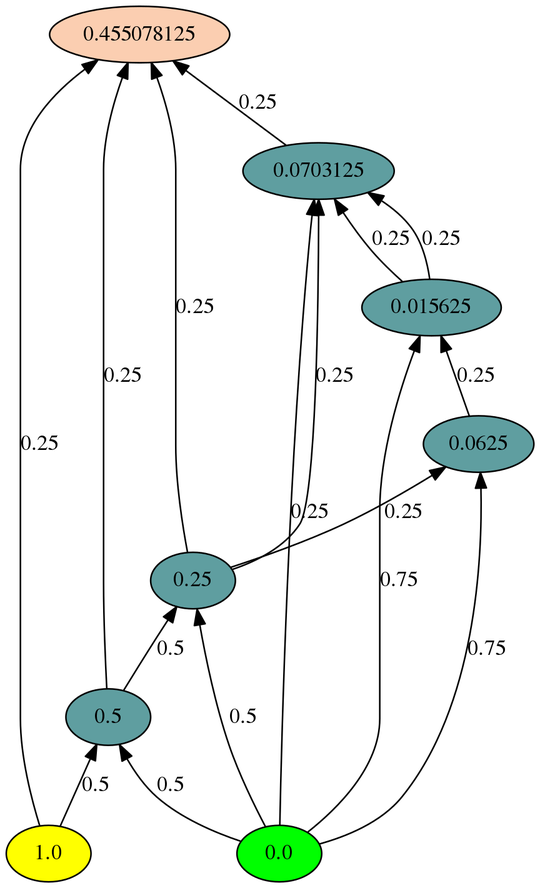
Above: GuiTool/image/Vospa/VospaDot.png in iitramar/guiTool (Graphviz), before the change. Its source is kept beside it as GuiTool/image/Vospa/VospaDot.dot.
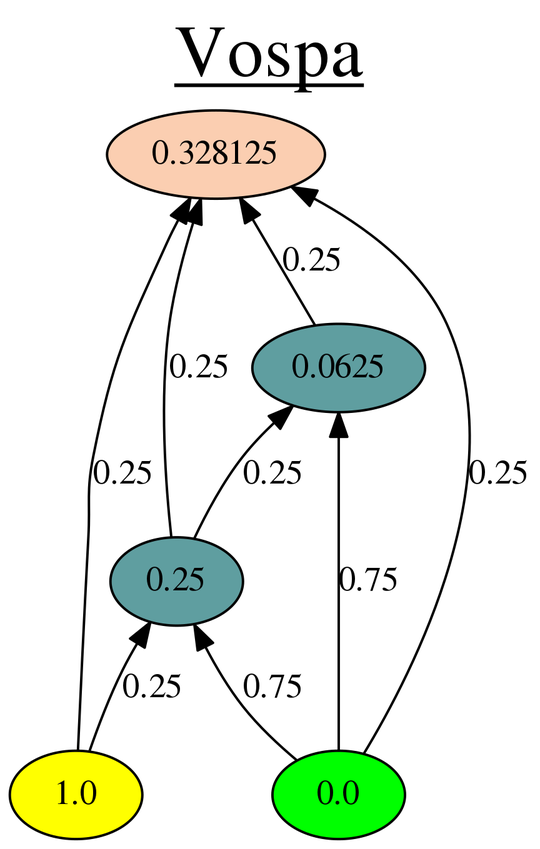
After the commit.

What changed in the source:
```diff
@@ -1,39 +1,23 @@
 digraph G {
 rankdir = BT;
+graph [label= <<u>Vospa</u>> , labelloc=t, fontsize=30];
 compound=true;
 1.0[style=filled, fillcolor=yellow];
-1.0->0.5[label=0.5];
+1.0->0.25[label=0.25];
 0.0[style=filled, fillcolor=green];
-0.0->0.5[label=0.5];
-0.5->0.25[label=0.5];
-0.0[style=filled, fillcolor=green];
-0.0->0.25[label=0.5];
+0.0->0.25[label=0.75];
 0.25->0.0625[label=0.25];
 0.0[style=filled, fillcolor=green];
 0.0->0.0625[label=0.75];
-0.0625->0.015625[label=0.25];
-0.0[style=filled, fillcolor=green];
-0.0->0.015625[label=0.75];
-0.0703125 [style=filled, fillcolor=white];
-0.25->0.0703125[label=0.25];
-0.0703125 [style=filled, fillcolor=white];
-0.015625->0.0703125[label=0.25];
-0.0703125 [style=filled, fillcolor=white];
-0.015625->0.0703125[label=0.25];
-0.0703125 [style=filled, fillcolor=white];
-0.0->0.0703125[label=0.25];
-0.0703125[style=filled, fillcolor="#5F9EA0"];
-0.455078125 [style=filled, fillcolor=white];
-1.0->0.455078125[label=0.25];
-0.455078125 [style=filled, fillcolor=white];
-0.5->0.455078125[label=0.25];
-0.455078125 [style=filled, fillcolor=white];
-0.25->0.455078125[label=0.25];
-0.455078125 [style=filled, fillcolor=white];
-0.0703125->0.455078125[label=0.25];
-0.455078125 [style=filled, fillcolor="#FBCEB1"];
-0.015625[style=filled, fillcolor="#5F9EA0"];
+0.328125 [style=filled, fillcolor=white];
+1.0->0.328125[label=0.25];
+0.328125 [style=filled, fillcolor=white];
+0.25->0.328125[label=0.25];
+0.328125 [style=filled, fillcolor=white];
+0.0625->0.328125[label=0.25];
+0.328125 [style=filled, fillcolor=white];
+0.0->0.328125[label=0.25];
+0.328125 [style=filled, fillcolor="#FBCEB1"];
 0.0625[style=filled, fillcolor="#5F9EA0"];
 0.25[style=filled, fillcolor="#5F9EA0"];
-0.5[style=filled, fillcolor="#5F9EA0"];
 }
```
